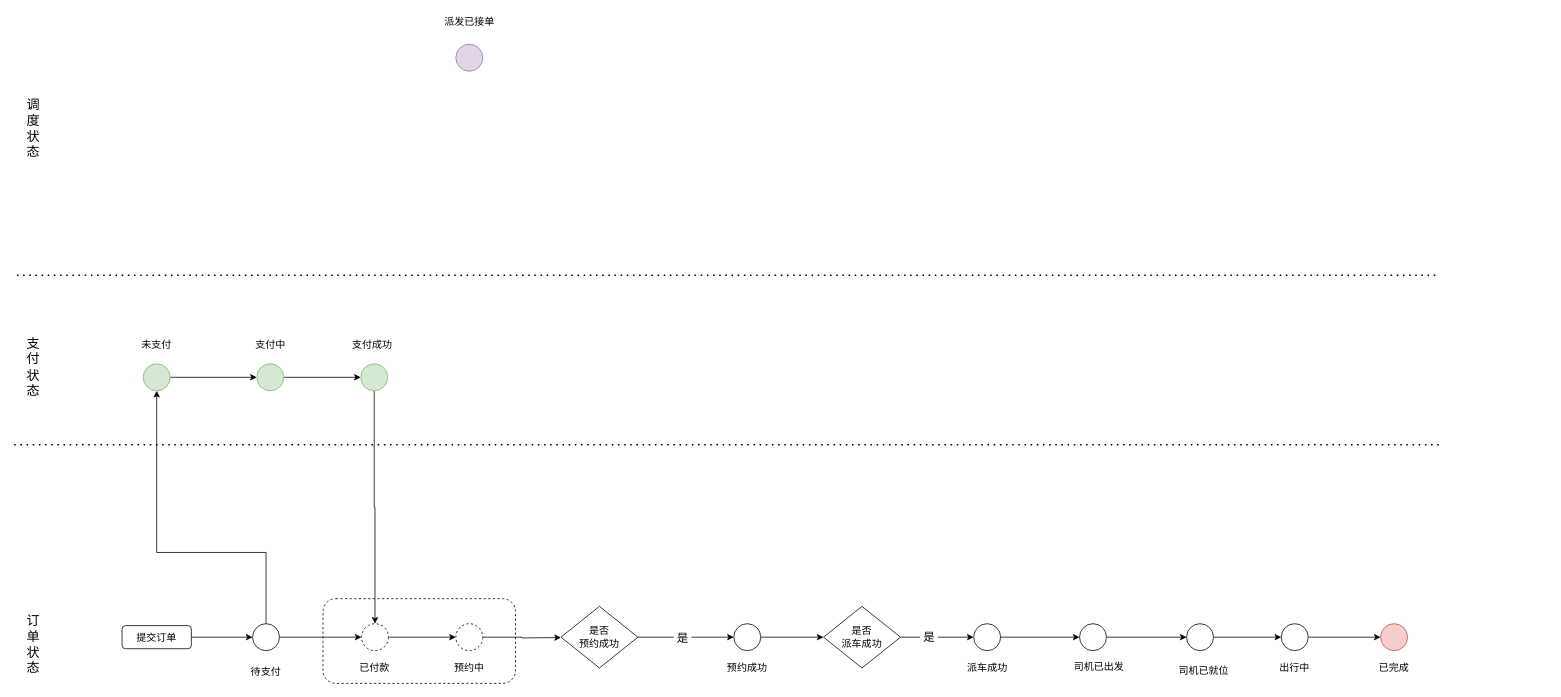
Above: 状态机.drawio in nbnbnb/Draw (draw.io), before the change. Source tidied: cells renumbered, new cells numbered last; positions are measured from the earlier drawing's top-left corner, leaving out a move shared by most shapes. Both pictures are drawn from the tidied source at 77%, with x=0, y=0 at pixel (14, 13).
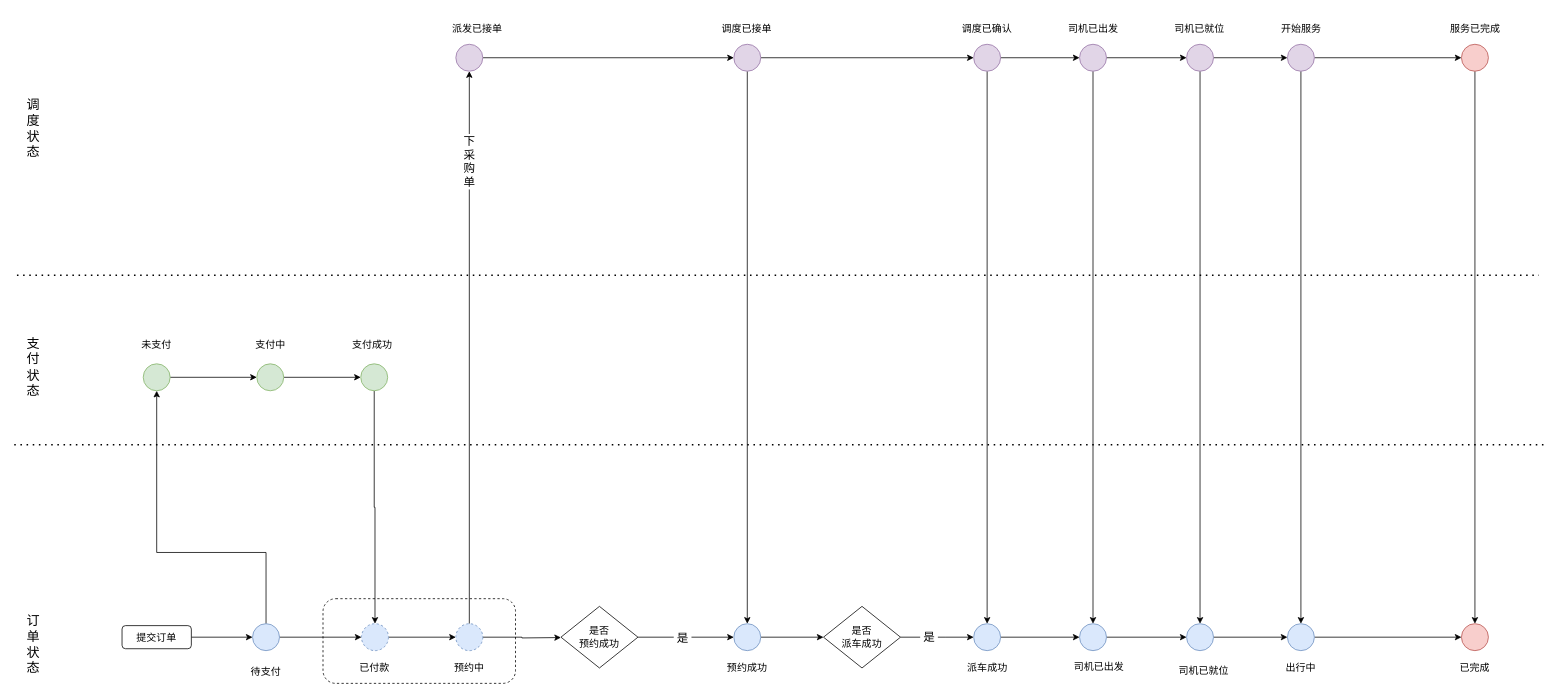
The same diagram, later.

Commit message (it also covers changes not shown here):
更新状态机.drawio

Unchanged cells that the change refers to:
```xml
<mxCell id="52" style="ellipse;whiteSpace=wrap;html=1;fontSize=13;fillColor=#e1d5e7;strokeColor=#9673a6;" parent="1" vertex="1">
  <mxGeometry x="573.5" y="40" width="35" height="35" as="geometry" />
</mxCell>
```

Change to the diagram source:
```diff
@@
     <mxCell id="3" style="endArrow=none;dashed=1;html=1;dashPattern=1 3;strokeWidth=2;rounded=0;" parent="1" edge="1">
       <mxGeometry relative="1" as="geometry">
         <mxPoint x="3.5" y="340" as="sourcePoint" />
-        <mxPoint x="1850" y="340" as="targetPoint" />
+        <mxPoint x="1980" y="340" as="targetPoint" />
       </mxGeometry>
     </mxCell>
     <mxCell id="4" style="endArrow=none;dashed=1;html=1;dashPattern=1 3;strokeWidth=2;rounded=0;" parent="1" edge="1">
       <mxGeometry relative="1" as="geometry">
         <mxPoint y="560" as="sourcePoint" />
-        <mxPoint x="1850" y="560" as="targetPoint" />
+        <mxPoint x="1990" y="560" as="targetPoint" />
       </mxGeometry>
     </mxCell>
@@
-    <mxCell id="12" style="ellipse;whiteSpace=wrap;html=1;fontSize=13;" parent="1" vertex="1">
+    <mxCell id="12" style="ellipse;whiteSpace=wrap;html=1;fontSize=13;fillColor=#dae8fc;strokeColor=#6c8ebf;" parent="1" vertex="1">
       <mxGeometry x="309.5" y="792.5" width="35" height="35" as="geometry" />
     </mxCell>
@@
-    <mxCell id="14" style="ellipse;whiteSpace=wrap;html=1;fontSize=13;dashed=1;" parent="1" vertex="1">
+    <mxCell id="14" style="ellipse;whiteSpace=wrap;html=1;fontSize=13;dashed=1;fillColor=#dae8fc;strokeColor=#6c8ebf;" parent="1" vertex="1">
       <mxGeometry x="451" y="792.5" width="35" height="35" as="geometry" />
     </mxCell>
@@
+    <mxCell id="54" style="edgeStyle=orthogonalEdgeStyle;rounded=0;jettySize=auto;html=1;entryX=0.5;entryY=1;entryDx=0;entryDy=0;fontSize=15;" parent="1" edge="1" source="16" target="52">
+      <mxGeometry relative="1" as="geometry" />
+    </mxCell>
+    <mxCell id="55" value="下&lt;br&gt;采&lt;br&gt;购&lt;br&gt;单" style="edgeLabel;html=1;align=center;verticalAlign=middle;fontSize=15;fontFamily=Lucida Console;" parent="54" vertex="1">
+      <mxGeometry x="0.65" y="-4" relative="1" as="geometry">
+        <mxPoint x="-5" y="-9" as="offset" />
+      </mxGeometry>
+    </mxCell>
-    <mxCell id="16" style="ellipse;whiteSpace=wrap;html=1;fontSize=13;dashed=1;" parent="1" vertex="1">
+    <mxCell id="16" style="ellipse;whiteSpace=wrap;html=1;fontSize=13;dashed=1;fillColor=#dae8fc;strokeColor=#6c8ebf;" parent="1" vertex="1">
       <mxGeometry x="573.5" y="792.5" width="35" height="35" as="geometry" />
     </mxCell>
@@
-    <mxCell id="21" style="ellipse;whiteSpace=wrap;html=1;fontSize=13;" parent="1" vertex="1">
+    <mxCell id="21" style="ellipse;whiteSpace=wrap;html=1;fontSize=13;fillColor=#dae8fc;strokeColor=#6c8ebf;" parent="1" vertex="1">
       <mxGeometry x="934.5" y="792.5" width="35" height="35" as="geometry" />
     </mxCell>
@@
-    <mxCell id="30" style="ellipse;whiteSpace=wrap;html=1;fontSize=13;" parent="1" vertex="1">
+    <mxCell id="30" style="ellipse;whiteSpace=wrap;html=1;fontSize=13;fillColor=#dae8fc;strokeColor=#6c8ebf;" parent="1" vertex="1">
       <mxGeometry x="1246" y="792.5" width="35" height="35" as="geometry" />
     </mxCell>
@@
-    <mxCell id="33" style="ellipse;whiteSpace=wrap;html=1;fontSize=13;" parent="1" vertex="1">
+    <mxCell id="33" style="ellipse;whiteSpace=wrap;html=1;fontSize=13;fillColor=#dae8fc;strokeColor=#6c8ebf;" parent="1" vertex="1">
       <mxGeometry x="1383.5" y="792.5" width="35" height="35" as="geometry" />
     </mxCell>
@@
-    <mxCell id="36" style="ellipse;whiteSpace=wrap;html=1;fontSize=13;" parent="1" vertex="1">
+    <mxCell id="36" style="ellipse;whiteSpace=wrap;html=1;fontSize=13;fillColor=#dae8fc;strokeColor=#6c8ebf;" parent="1" vertex="1">
       <mxGeometry x="1522.5" y="792.5" width="35" height="35" as="geometry" />
     </mxCell>
@@
-    <mxCell id="39" style="ellipse;whiteSpace=wrap;html=1;fontSize=13;" parent="1" vertex="1">
-      <mxGeometry x="1645.5" y="792.5" width="35" height="35" as="geometry" />
+    <mxCell id="39" style="ellipse;whiteSpace=wrap;html=1;fontSize=13;fillColor=#dae8fc;strokeColor=#6c8ebf;" parent="1" vertex="1">
+      <mxGeometry x="1653.5" y="792.5" width="35" height="35" as="geometry" />
     </mxCell>
     <mxCell id="40" value="出行中" style="text;html=1;strokeColor=none;fillColor=none;align=center;verticalAlign=middle;whiteSpace=wrap;rounded=0;fontSize=13;" parent="1" vertex="1">
-      <mxGeometry x="1633" y="835" width="60" height="30" as="geometry" />
+      <mxGeometry x="1641" y="835" width="60" height="30" as="geometry" />
     </mxCell>
     <mxCell id="41" style="ellipse;whiteSpace=wrap;html=1;fontSize=13;fillColor=#f8cecc;strokeColor=#b85450;" parent="1" vertex="1">
-      <mxGeometry x="1774.5" y="792.5" width="35" height="35" as="geometry" />
+      <mxGeometry x="1879.5" y="792.5" width="35" height="35" as="geometry" />
     </mxCell>
     <mxCell id="42" value="已完成" style="text;html=1;strokeColor=none;fillColor=none;align=center;verticalAlign=middle;whiteSpace=wrap;rounded=0;fontSize=13;" parent="1" vertex="1">
-      <mxGeometry x="1762" y="835" width="60" height="30" as="geometry" />
+      <mxGeometry x="1867" y="835" width="60" height="30" as="geometry" />
     </mxCell>
@@
+    <mxCell id="56" style="edgeStyle=orthogonalEdgeStyle;rounded=0;jettySize=auto;html=1;exitX=1;exitY=0.5;exitDx=0;exitDy=0;entryX=0;entryY=0.5;entryDx=0;entryDy=0;fontFamily=Lucida Console;fontSize=15;" parent="1" edge="1" source="52" target="59">
+      <mxGeometry relative="1" as="geometry" />
+    </mxCell>
@@
+    <mxCell id="57" style="edgeStyle=orthogonalEdgeStyle;rounded=0;jettySize=auto;html=1;fontSize=17;" parent="1" edge="1" source="59" target="21">
+      <mxGeometry relative="1" as="geometry" />
+    </mxCell>
+    <mxCell id="58" style="edgeStyle=orthogonalEdgeStyle;rounded=0;jettySize=auto;html=1;entryX=0;entryY=0.5;entryDx=0;entryDy=0;fontFamily=Lucida Console;fontSize=15;" parent="1" edge="1" source="59" target="62">
+      <mxGeometry relative="1" as="geometry" />
+    </mxCell>
+    <mxCell id="59" style="ellipse;whiteSpace=wrap;html=1;fontSize=13;fillColor=#e1d5e7;strokeColor=#9673a6;" parent="1" vertex="1">
+      <mxGeometry x="934.5" y="40" width="35" height="35" as="geometry" />
+    </mxCell>
+    <mxCell id="60" style="edgeStyle=orthogonalEdgeStyle;rounded=0;jettySize=auto;html=1;entryX=0.5;entryY=0;entryDx=0;entryDy=0;fontSize=17;" parent="1" edge="1" source="62" target="30">
+      <mxGeometry relative="1" as="geometry" />
+    </mxCell>
+    <mxCell id="61" style="edgeStyle=orthogonalEdgeStyle;rounded=0;jettySize=auto;html=1;exitX=1;exitY=0.5;exitDx=0;exitDy=0;entryX=0;entryY=0.5;entryDx=0;entryDy=0;fontFamily=Lucida Console;fontSize=15;" parent="1" edge="1" source="62" target="65">
+      <mxGeometry relative="1" as="geometry" />
+    </mxCell>
+    <mxCell id="62" style="ellipse;whiteSpace=wrap;html=1;fontSize=13;fillColor=#e1d5e7;strokeColor=#9673a6;" parent="1" vertex="1">
+      <mxGeometry x="1246" y="40" width="35" height="35" as="geometry" />
+    </mxCell>
+    <mxCell id="63" style="edgeStyle=orthogonalEdgeStyle;rounded=0;jettySize=auto;html=1;entryX=0.5;entryY=0;entryDx=0;entryDy=0;fontSize=17;" parent="1" edge="1" source="65" target="33">
+      <mxGeometry relative="1" as="geometry" />
+    </mxCell>
+    <mxCell id="64" style="edgeStyle=orthogonalEdgeStyle;rounded=0;jettySize=auto;html=1;fontFamily=Lucida Console;fontSize=15;" parent="1" edge="1" source="65" target="68">
+      <mxGeometry relative="1" as="geometry" />
+    </mxCell>
+    <mxCell id="65" style="ellipse;whiteSpace=wrap;html=1;fontSize=13;fillColor=#e1d5e7;strokeColor=#9673a6;" parent="1" vertex="1">
+      <mxGeometry x="1383.5" y="40" width="35" height="35" as="geometry" />
+    </mxCell>
+    <mxCell id="66" style="edgeStyle=orthogonalEdgeStyle;rounded=0;jettySize=auto;html=1;entryX=0.5;entryY=0;entryDx=0;entryDy=0;fontSize=17;" parent="1" edge="1" source="68" target="36">
+      <mxGeometry relative="1" as="geometry" />
+    </mxCell>
+    <mxCell id="67" style="edgeStyle=orthogonalEdgeStyle;rounded=0;jettySize=auto;html=1;entryX=0;entryY=0.5;entryDx=0;entryDy=0;fontFamily=Lucida Console;fontSize=15;" parent="1" edge="1" source="68" target="71">
+      <mxGeometry relative="1" as="geometry" />
+    </mxCell>
+    <mxCell id="68" style="ellipse;whiteSpace=wrap;html=1;fontSize=13;fillColor=#e1d5e7;strokeColor=#9673a6;" parent="1" vertex="1">
+      <mxGeometry x="1522.5" y="40" width="35" height="35" as="geometry" />
+    </mxCell>
+    <mxCell id="69" style="edgeStyle=orthogonalEdgeStyle;rounded=0;jettySize=auto;html=1;entryX=0.5;entryY=0;entryDx=0;entryDy=0;fontSize=17;" parent="1" edge="1" source="71" target="39">
+      <mxGeometry relative="1" as="geometry" />
+    </mxCell>
+    <mxCell id="70" style="edgeStyle=orthogonalEdgeStyle;rounded=0;jettySize=auto;html=1;entryX=0;entryY=0.5;entryDx=0;entryDy=0;fontFamily=Lucida Console;fontSize=15;" parent="1" edge="1" source="71" target="73">
+      <mxGeometry relative="1" as="geometry" />
+    </mxCell>
+    <mxCell id="71" style="ellipse;whiteSpace=wrap;html=1;fontSize=13;fillColor=#e1d5e7;strokeColor=#9673a6;" parent="1" vertex="1">
+      <mxGeometry x="1653.5" y="40" width="35" height="35" as="geometry" />
+    </mxCell>
+    <mxCell id="72" style="edgeStyle=orthogonalEdgeStyle;rounded=0;jettySize=auto;html=1;entryX=0.5;entryY=0;entryDx=0;entryDy=0;fontSize=17;" parent="1" edge="1" source="73" target="41">
+      <mxGeometry relative="1" as="geometry" />
+    </mxCell>
+    <mxCell id="73" style="ellipse;whiteSpace=wrap;html=1;fontSize=13;fillColor=#f8cecc;strokeColor=#b85450;" parent="1" vertex="1">
+      <mxGeometry x="1879.5" y="40" width="35" height="35" as="geometry" />
+    </mxCell>
+    <mxCell id="74" value="调度已确认" style="text;html=1;strokeColor=none;fillColor=none;align=center;verticalAlign=middle;whiteSpace=wrap;rounded=0;fontSize=13;" parent="1" vertex="1">
+      <mxGeometry x="1222.2" y="10" width="82.5" height="20" as="geometry" />
+    </mxCell>
+    <mxCell id="75" value="司机已出发" style="text;html=1;strokeColor=none;fillColor=none;align=center;verticalAlign=middle;whiteSpace=wrap;rounded=0;fontSize=13;" parent="1" vertex="1">
+      <mxGeometry x="1359.8" y="10" width="82.5" height="20" as="geometry" />
+    </mxCell>
+    <mxCell id="76" value="司机已就位" style="text;html=1;strokeColor=none;fillColor=none;align=center;verticalAlign=middle;whiteSpace=wrap;rounded=0;fontSize=13;" parent="1" vertex="1">
+      <mxGeometry x="1497.5" y="10" width="82.5" height="20" as="geometry" />
+    </mxCell>
+    <mxCell id="77" value="开始服务" style="text;html=1;strokeColor=none;fillColor=none;align=center;verticalAlign=middle;whiteSpace=wrap;rounded=0;fontSize=13;" parent="1" vertex="1">
+      <mxGeometry x="1629.8" y="10" width="82.5" height="20" as="geometry" />
+    </mxCell>
+    <mxCell id="78" value="服务已完成" style="text;html=1;strokeColor=none;fillColor=none;align=center;verticalAlign=middle;whiteSpace=wrap;rounded=0;fontSize=13;" parent="1" vertex="1">
+      <mxGeometry x="1855.8" y="10" width="82.5" height="20" as="geometry" />
+    </mxCell>
-    <mxCell id="53" value="派发已接单" style="text;html=1;strokeColor=none;fillColor=none;align=center;verticalAlign=middle;whiteSpace=wrap;rounded=0;fontSize=13;" parent="1" vertex="1">
-      <mxGeometry x="556.5" width="69" height="20" as="geometry" />
+    <mxCell id="53" value="派发已接单" style="text;html=1;strokeColor=none;fillColor=none;align=center;verticalAlign=middle;whiteSpace=wrap;rounded=0;fontSize=13;fontFamily=Lucida Console;" parent="1" vertex="1">
+      <mxGeometry x="560" y="10" width="82.5" height="20" as="geometry" />
     </mxCell>
+    <mxCell id="79" value="调度已接单" style="text;html=1;strokeColor=none;fillColor=none;align=center;verticalAlign=middle;whiteSpace=wrap;rounded=0;fontSize=13;fontFamily=Lucida Console;" parent="1" vertex="1">
+      <mxGeometry x="910" y="10" width="82.5" height="20" as="geometry" />
+    </mxCell>
```
